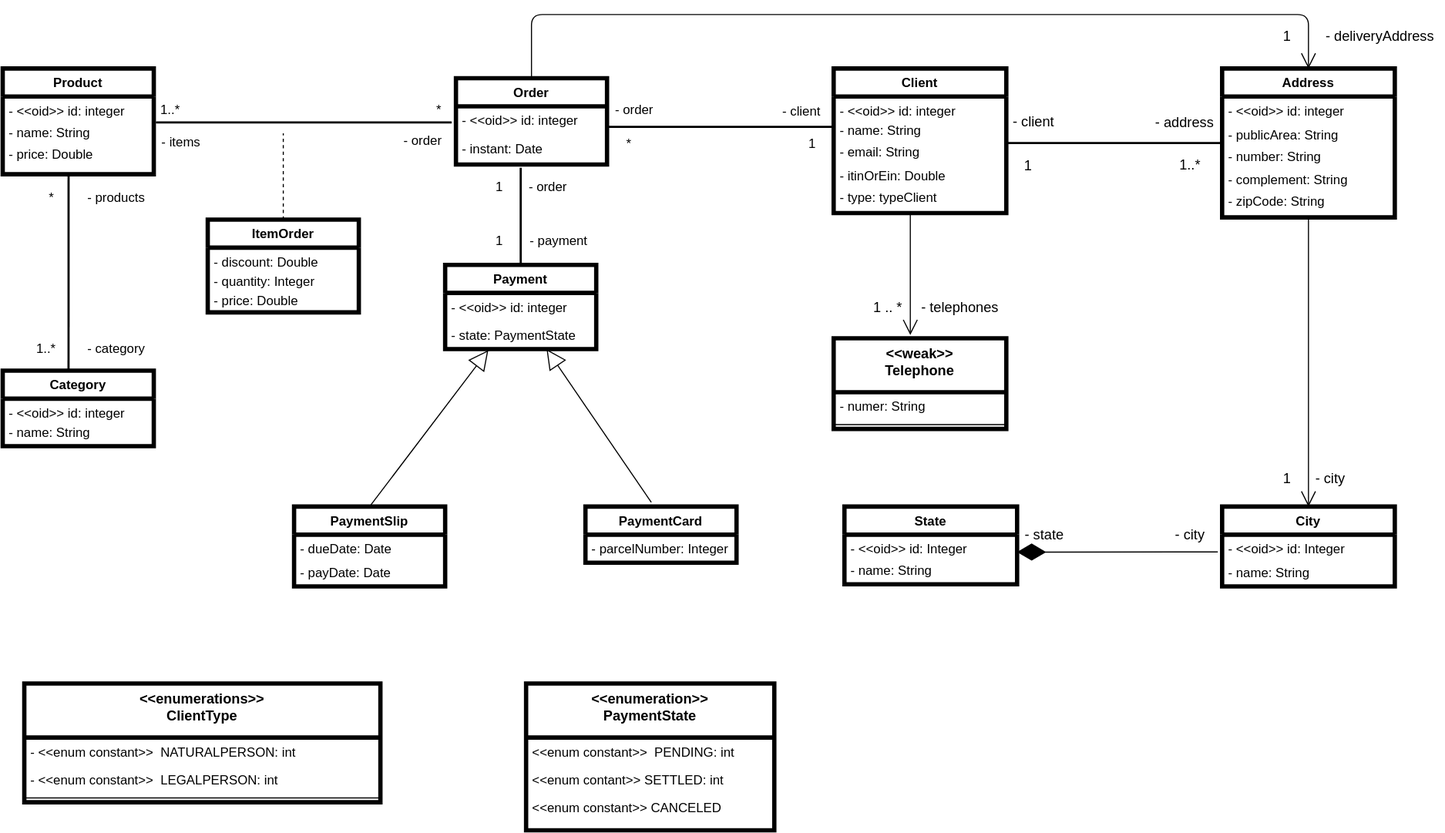
Before: class-diagram-1.0.svg, a diagram exported from draw.io (Relesi/class-diagram). Source tidied: cells renumbered, new cells last; positions are measured from the earlier drawing's top-left corner, leaving out a move shared by most shapes.
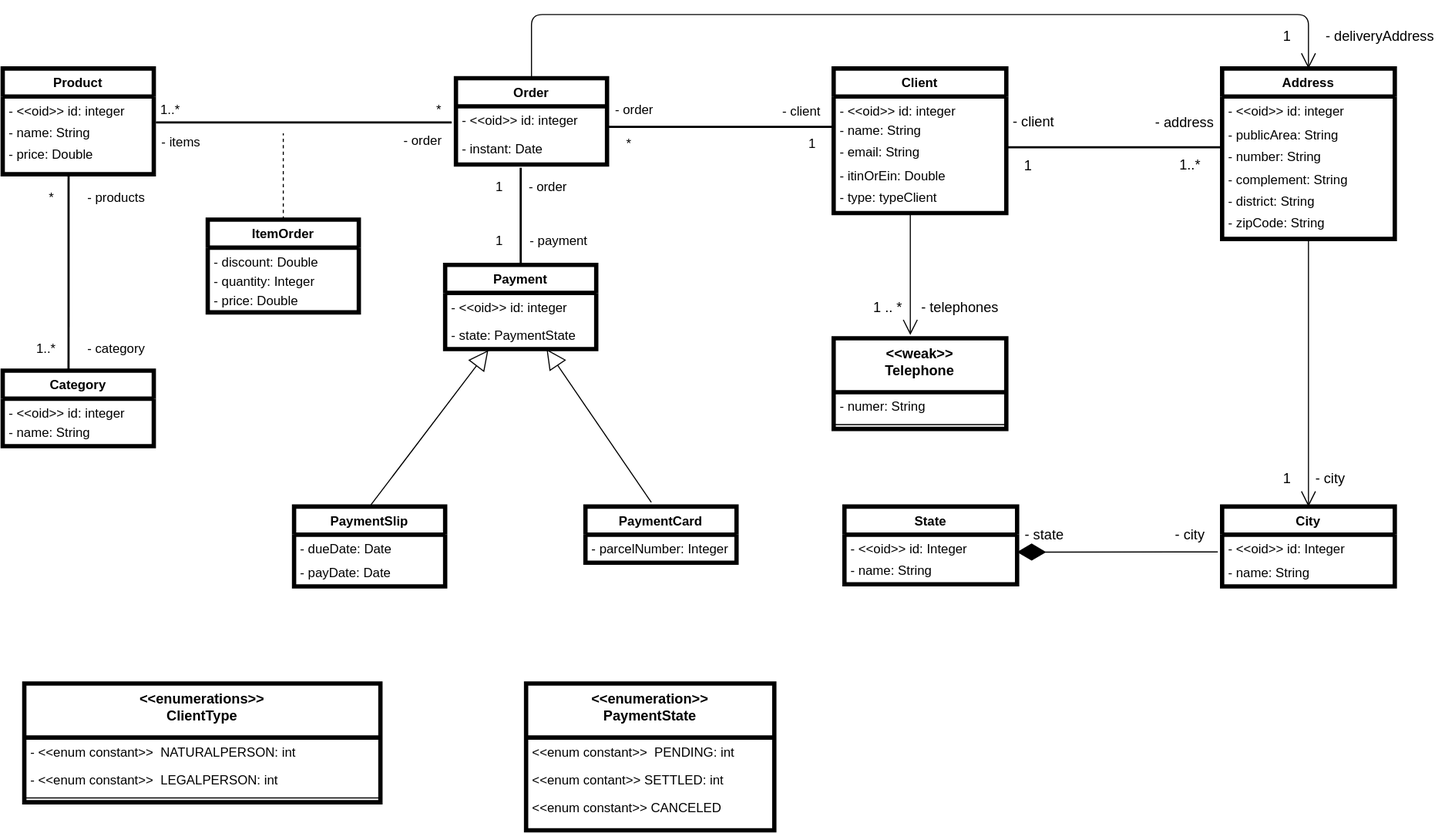
After the change.

Diff of the diagram source:
```diff
@@ -194,7 +194,7 @@
       <mxGeometry x="840" y="261" width="90" height="20" as="geometry" />
     </mxCell>
     <mxCell id="62" value="Address" style="swimlane;fontStyle=1;horizontal=1;startSize=26;strokeWidth=4;" parent="1" vertex="1">
-      <mxGeometry x="1130" y="50" width="160" height="138" as="geometry" />
+      <mxGeometry x="1130" y="50" width="160" height="158" as="geometry" />
     </mxCell>
     <mxCell id="63" value="- &lt;&lt;oid&gt;&gt; id: integer" style="text;strokeColor=none;fillColor=none;align=left;verticalAlign=top;spacingLeft=4;spacingRight=4;overflow=hidden;" parent="62" vertex="1">
       <mxGeometry y="26" width="160" height="22" as="geometry" />
@@ -208,8 +208,11 @@
     <mxCell id="66" value="- complement: String" style="text;align=left;verticalAlign=top;spacingLeft=4;spacingRight=4;overflow=hidden;" parent="62" vertex="1">
       <mxGeometry y="90" width="160" height="20" as="geometry" />
     </mxCell>
+    <mxCell id="94" value="- district: String" style="text;align=left;verticalAlign=top;spacingLeft=4;spacingRight=4;overflow=hidden;" parent="62" vertex="1">
+      <mxGeometry y="110" width="160" height="20" as="geometry" />
+    </mxCell>
     <mxCell id="67" value="- zipCode: String" style="text;align=left;verticalAlign=top;spacingLeft=4;spacingRight=4;overflow=hidden;" parent="62" vertex="1">
-      <mxGeometry y="110" width="160" height="28" as="geometry" />
+      <mxGeometry y="130" width="160" height="28" as="geometry" />
     </mxCell>
     <mxCell id="68" value="City" style="swimlane;fontStyle=1;horizontal=1;startSize=26;strokeWidth=4;" parent="1" vertex="1">
       <mxGeometry x="1130" y="456" width="160" height="74" as="geometry" />
@@ -220,9 +223,10 @@
     <mxCell id="70" value="- name: String" style="text;strokeColor=none;fillColor=none;align=left;verticalAlign=top;spacingLeft=4;spacingRight=4;overflow=hidden;" parent="68" vertex="1">
       <mxGeometry y="48" width="160" height="26" as="geometry" />
     </mxCell>
-    <mxCell id="71" style="endArrow=none;html=1;entryX=0;entryY=0.5;entryDx=0;entryDy=0;strokeWidth=2;" parent="1" edge="1" target="62">
+    <mxCell id="71" style="endArrow=none;html=1;strokeWidth=2;" parent="1" edge="1">
       <mxGeometry relative="1" as="geometry">
-        <mxPoint x="930" y="119" as="sourcePoint" />
+        <mxPoint x="930" y="123" as="sourcePoint" />
+        <mxPoint x="1128" y="123" as="targetPoint" />
       </mxGeometry>
     </mxCell>
     <mxCell id="72" value="- client" style="text;html=1;align=center;verticalAlign=middle;strokeColor=none;fontSize=13;" parent="1" vertex="1">
```
